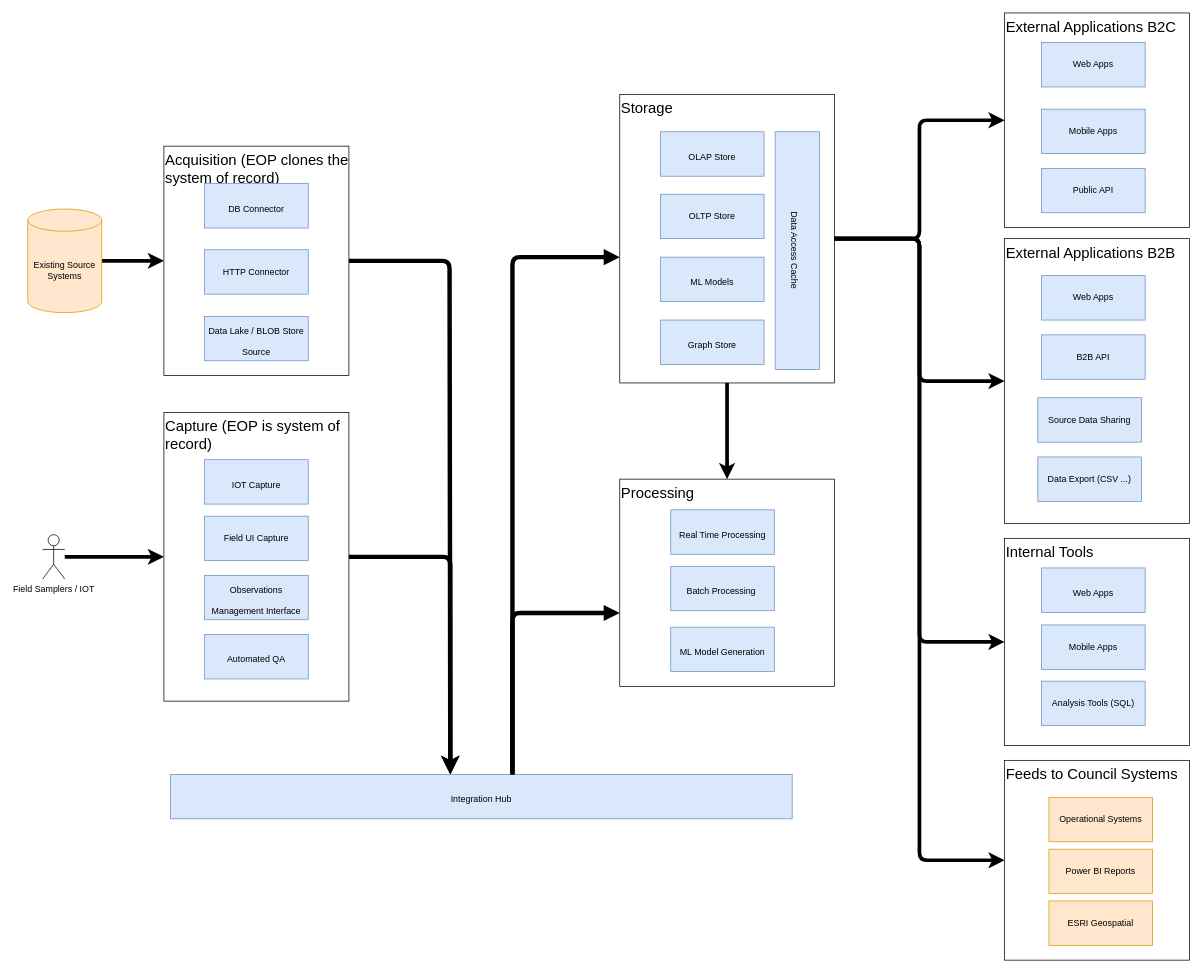
This is page "High Level Components" (7 of 10) of docs-site/drawio/Diagrams.drawio from Greater-Wellington-Regional-Council/Environmental-Outcomes-Platform, a draw.io file, before an edit. Source tidied: cells renumbered, new cells numbered last; positions are measured from the earlier drawing's top-left corner, leaving out a move shared by most shapes. Both pictures are drawn from the tidied source at 74%, with x=0, y=0 at pixel (27, 13).
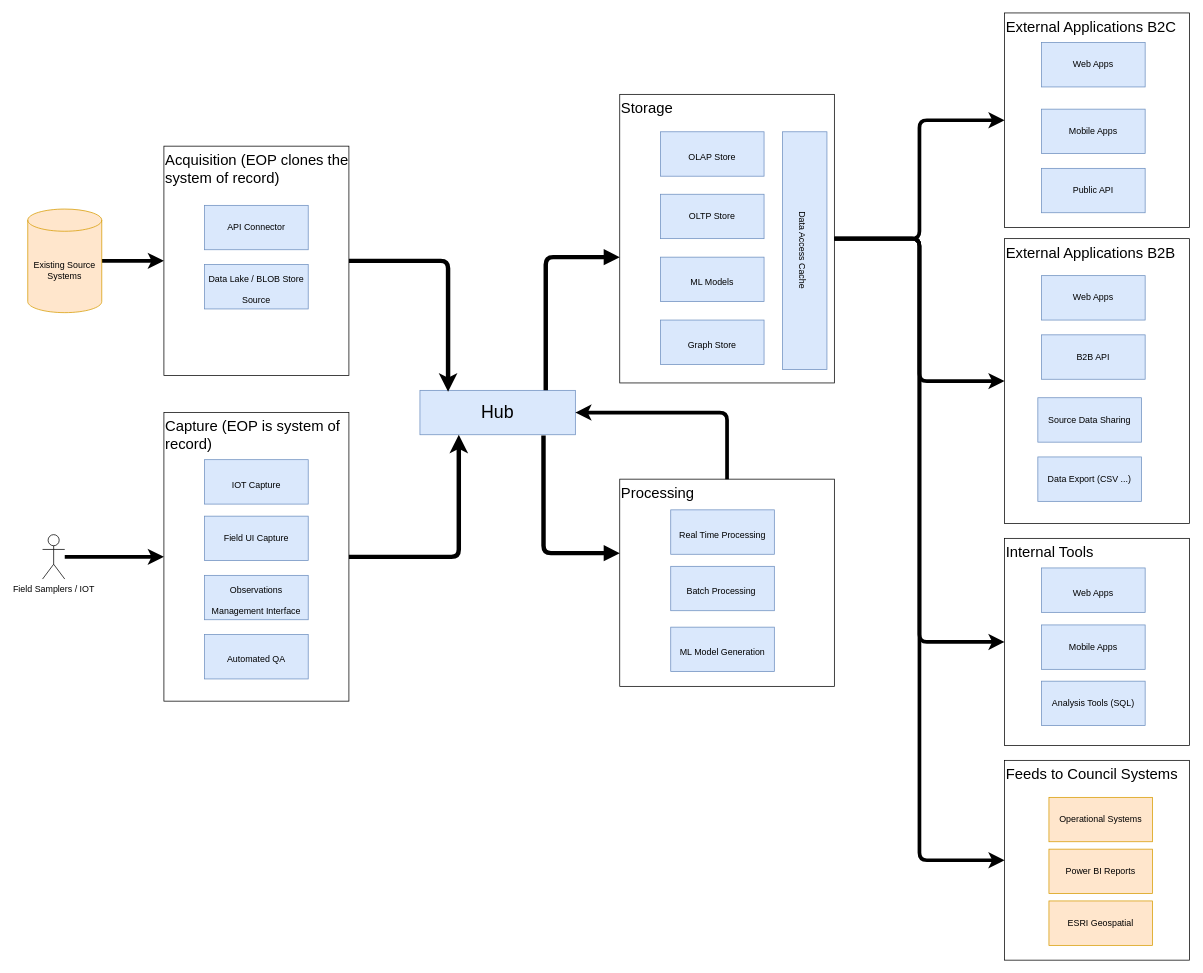
After the change.

The change refers to these unchanged cells:
```xml
<mxCell id="19" style="group;" parent="18" vertex="1">
  <mxGeometry width="250" height="310" as="geometry" />
</mxCell>
<mxCell id="20" value="Acquisition (EOP clones the system of record)" style="whiteSpace=wrap;html=1;labelBackgroundColor=none;fontSize=20;strokeWidth=1;align=left;verticalAlign=top;fillColor=none;fixDash=0;" parent="19" vertex="1">
  <mxGeometry width="250" height="310" as="geometry" />
</mxCell>
<mxCell id="25" value="Capture (EOP is system of record)" style="whiteSpace=wrap;html=1;labelBackgroundColor=none;fontSize=20;strokeWidth=1;align=left;verticalAlign=top;fillColor=none;fixDash=0;" parent="24" vertex="1">
  <mxGeometry width="250" height="390" as="geometry" />
</mxCell>
<mxCell id="39" style="group;" parent="1" vertex="1">
  <mxGeometry x="800" y="110" width="290" height="390" as="geometry" />
</mxCell>
<mxCell id="40" value="Storage" style="whiteSpace=wrap;html=1;labelBackgroundColor=none;fontSize=20;strokeWidth=1;align=left;verticalAlign=top;fillColor=none;fixDash=0;" parent="39" vertex="1">
  <mxGeometry width="290" height="390" as="geometry" />
</mxCell>
<mxCell id="48" value="Processing" style="whiteSpace=wrap;html=1;labelBackgroundColor=none;fontSize=20;strokeWidth=1;align=left;verticalAlign=top;fillColor=none;" parent="47" vertex="1">
  <mxGeometry width="290" height="280" as="geometry" />
</mxCell>
```

Change to the diagram source:
```diff
@@
-    <mxCell id="11" value="&lt;font style=&quot;font-size: 12px;&quot;&gt;Integration Hub&lt;/font&gt;" style="whiteSpace=wrap;html=1;fontSize=24;strokeWidth=1;fillColor=#dae8fc;strokeColor=#6c8ebf;fontStyle=0;points=[[0,0,0,0,0],[0,0.25,0,0,0],[0,0.5,0,0,0],[0,0.75,0,0,0],[0,1,0,0,0],[0.25,1,0,0,0],[0.45,0,0,0,0],[0.5,0,0,0,0],[0.5,1,0,0,0],[0.55,0,0,0,0],[0.75,1,0,0,0],[1,0,0,0,0],[1,0.25,0,0,0],[1,0.5,0,0,0],[1,0.75,0,0,0],[1,1,0,0,0]];" parent="1" vertex="1">
-      <mxGeometry x="193" y="1029" width="840" height="60" as="geometry" />
+    <mxCell id="11" value="Hub" style="whiteSpace=wrap;html=1;fontSize=24;strokeWidth=1;fillColor=#dae8fc;strokeColor=#6c8ebf;fontStyle=0;points=[[0,0,0,0,0],[0,0.25,0,0,0],[0,0.5,0,0,0],[0,0.75,0,0,0],[0,1,0,0,0],[0.25,1,0,0,0],[0.45,0,0,0,0],[0.5,0,0,0,0],[0.5,1,0,0,0],[0.55,0,0,0,0],[0.75,1,0,0,0],[1,0,0,0,0],[1,0.25,0,0,0],[1,0.5,0,0,0],[1,0.75,0,0,0],[1,1,0,0,0]];" parent="1" vertex="1">
+      <mxGeometry x="530" y="510" width="210" height="60" as="geometry" />
     </mxCell>
@@
-    <mxCell id="21" value="HTTP Connector" style="whiteSpace=wrap;html=1;fontSize=12;strokeWidth=1;fillColor=#dae8fc;strokeColor=#6c8ebf;flipV=1;flipH=1;" parent="19" vertex="1">
-      <mxGeometry x="55" y="140" width="140" height="60" as="geometry" />
+    <mxCell id="21" value="API Connector" style="whiteSpace=wrap;html=1;fontSize=12;strokeWidth=1;fillColor=#dae8fc;strokeColor=#6c8ebf;flipV=1;flipH=1;" parent="19" vertex="1">
+      <mxGeometry x="55" y="80" width="140" height="60" as="geometry" />
     </mxCell>
-    <mxCell id="22" value="&lt;span style=&quot;font-size: 12px;&quot;&gt;DB Connector&lt;/span&gt;" style="whiteSpace=wrap;html=1;fontSize=24;strokeWidth=1;fillColor=#dae8fc;strokeColor=#6c8ebf;fontStyle=0;flipV=1;flipH=1;" parent="19" vertex="1">
-      <mxGeometry x="55" y="50.6" width="140" height="60" as="geometry" />
-    </mxCell>
     <mxCell id="23" value="&lt;span style=&quot;font-size: 12px;&quot;&gt;Data Lake / BLOB Store Source&lt;/span&gt;" style="whiteSpace=wrap;html=1;fontSize=24;strokeWidth=1;fillColor=#dae8fc;strokeColor=#6c8ebf;fontStyle=0;flipV=1;flipH=1;" parent="19" vertex="1">
-      <mxGeometry x="55" y="230" width="140" height="60" as="geometry" />
+      <mxGeometry x="55" y="160" width="140" height="60" as="geometry" />
     </mxCell>
@@
+    <mxCell id="45" value="&lt;span style=&quot;font-size: 12px;&quot;&gt;Graph Store&lt;/span&gt;" style="whiteSpace=wrap;html=1;fontSize=24;strokeWidth=1;fillColor=#dae8fc;strokeColor=#6c8ebf;fontStyle=0;flipV=1;flipH=1;" parent="39" vertex="1">
+      <mxGeometry x="55" y="305" width="140" height="60" as="geometry" />
+    </mxCell>
     <mxCell id="44" value="&lt;span style=&quot;font-size: 12px;&quot;&gt;Data Access Cache&lt;/span&gt;" style="whiteSpace=wrap;html=1;fontSize=24;strokeWidth=1;fillColor=#dae8fc;strokeColor=#6c8ebf;fontStyle=0;flipV=0;flipH=1;horizontal=0;direction=west;rotation=-180;" parent="39" vertex="1">
-      <mxGeometry x="210" y="50.6" width="60" height="321.2" as="geometry" />
+      <mxGeometry x="220" y="50.6" width="60" height="321.2" as="geometry" />
     </mxCell>
-    <mxCell id="45" value="&lt;span style=&quot;font-size: 12px;&quot;&gt;Graph Store&lt;/span&gt;" style="whiteSpace=wrap;html=1;fontSize=24;strokeWidth=1;fillColor=#dae8fc;strokeColor=#6c8ebf;fontStyle=0;flipV=1;flipH=1;" parent="39" vertex="1">
-      <mxGeometry x="55" y="305" width="140" height="60" as="geometry" />
-    </mxCell>
@@
-    <mxCell id="52" style="edgeStyle=none;html=1;entryX=0.5;entryY=0;entryDx=0;entryDy=0;strokeWidth=5;" parent="1" edge="1" source="40" target="48">
-      <mxGeometry relative="1" as="geometry" />
-    </mxCell>
-    <mxCell id="53" style="edgeStyle=orthogonalEdgeStyle;rounded=1;jettySize=auto;html=1;strokeWidth=6;startArrow=block;startFill=1;endArrow=none;endFill=0;entryX=0.55;entryY=0;entryDx=0;entryDy=0;entryPerimeter=0;" parent="1" edge="1" source="40" target="11">
+    <mxCell id="53" style="edgeStyle=orthogonalEdgeStyle;rounded=1;jettySize=auto;html=1;strokeWidth=6;startArrow=block;startFill=1;endArrow=none;endFill=0;" parent="1" edge="1" source="40">
       <mxGeometry relative="1" as="geometry">
+        <mxPoint x="700" y="510" as="targetPoint" />
         <Array as="points">
-          <mxPoint x="655" y="330" />
+          <mxPoint x="700" y="330" />
+          <mxPoint x="700" y="510" />
         </Array>
       </mxGeometry>
     </mxCell>
-    <mxCell id="54" style="edgeStyle=orthogonalEdgeStyle;rounded=1;jettySize=auto;html=1;strokeWidth=6;startArrow=block;startFill=1;endArrow=none;endFill=0;entryX=0.55;entryY=0;entryDx=0;entryDy=0;entryPerimeter=0;" parent="1" edge="1" source="48" target="11">
+    <mxCell id="54" style="edgeStyle=orthogonalEdgeStyle;rounded=1;jettySize=auto;html=1;strokeWidth=6;startArrow=block;startFill=1;endArrow=none;endFill=0;entryX=0.795;entryY=1.017;entryDx=0;entryDy=0;entryPerimeter=0;" parent="1" edge="1" source="48" target="11">
       <mxGeometry relative="1" as="geometry">
         <Array as="points">
-          <mxPoint x="655" y="811" />
+          <mxPoint x="697" y="730" />
         </Array>
       </mxGeometry>
     </mxCell>
-    <mxCell id="55" style="edgeStyle=orthogonalEdgeStyle;jettySize=auto;html=1;strokeWidth=6;entryX=0.45;entryY=0;entryDx=0;entryDy=0;entryPerimeter=0;rounded=1;" parent="1" edge="1" source="20" target="11">
+    <mxCell id="55" style="edgeStyle=orthogonalEdgeStyle;jettySize=auto;html=1;strokeWidth=6;entryX=0.181;entryY=0.033;entryDx=0;entryDy=0;entryPerimeter=0;rounded=1;" parent="1" edge="1" source="20" target="11">
       <mxGeometry relative="1" as="geometry">
         <Array as="points">
-          <mxPoint x="570" y="335" />
+          <mxPoint x="568" y="335" />
         </Array>
       </mxGeometry>
     </mxCell>
-    <mxCell id="56" style="edgeStyle=orthogonalEdgeStyle;rounded=1;jettySize=auto;html=1;exitX=1;exitY=0.5;exitDx=0;exitDy=0;strokeWidth=6;entryX=0.45;entryY=0;entryDx=0;entryDy=0;entryPerimeter=0;" parent="1" edge="1" source="25" target="11">
-      <mxGeometry relative="1" as="geometry" />
+    <mxCell id="56" style="edgeStyle=orthogonalEdgeStyle;rounded=1;jettySize=auto;html=1;exitX=1;exitY=0.5;exitDx=0;exitDy=0;strokeWidth=6;entryX=0.25;entryY=1;entryDx=0;entryDy=0;entryPerimeter=0;" parent="1" edge="1" source="25" target="11">
+      <mxGeometry relative="1" as="geometry">
+        <Array as="points">
+          <mxPoint x="583" y="735" />
+        </Array>
+      </mxGeometry>
     </mxCell>
+    <mxCell id="52" style="edgeStyle=orthogonalEdgeStyle;html=1;entryX=1;entryY=0.5;entryDx=0;entryDy=0;strokeWidth=5;exitX=0.5;exitY=0;exitDx=0;exitDy=0;entryPerimeter=0;" parent="1" edge="1" source="48" target="11">
+      <mxGeometry relative="1" as="geometry" />
+    </mxCell>
```
